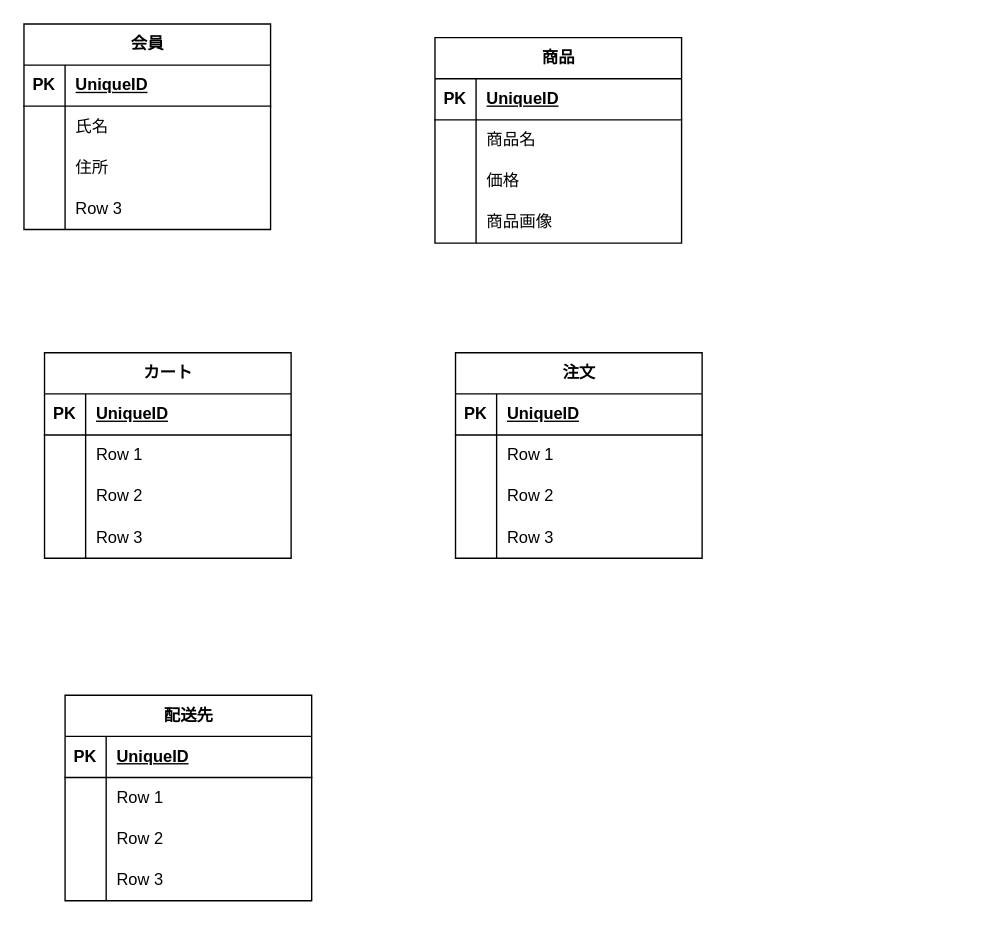
Earlier version of the draw.io diagram 名称未設定ファイル.drawio (sk-birder/system_design). Source tidied: cells renumbered, new cells numbered last; positions are measured from the earlier drawing's top-left corner, leaving out a move shared by most shapes. Both pictures are drawn from the tidied source at 137%, with x=0, y=0 at pixel (23, 23).
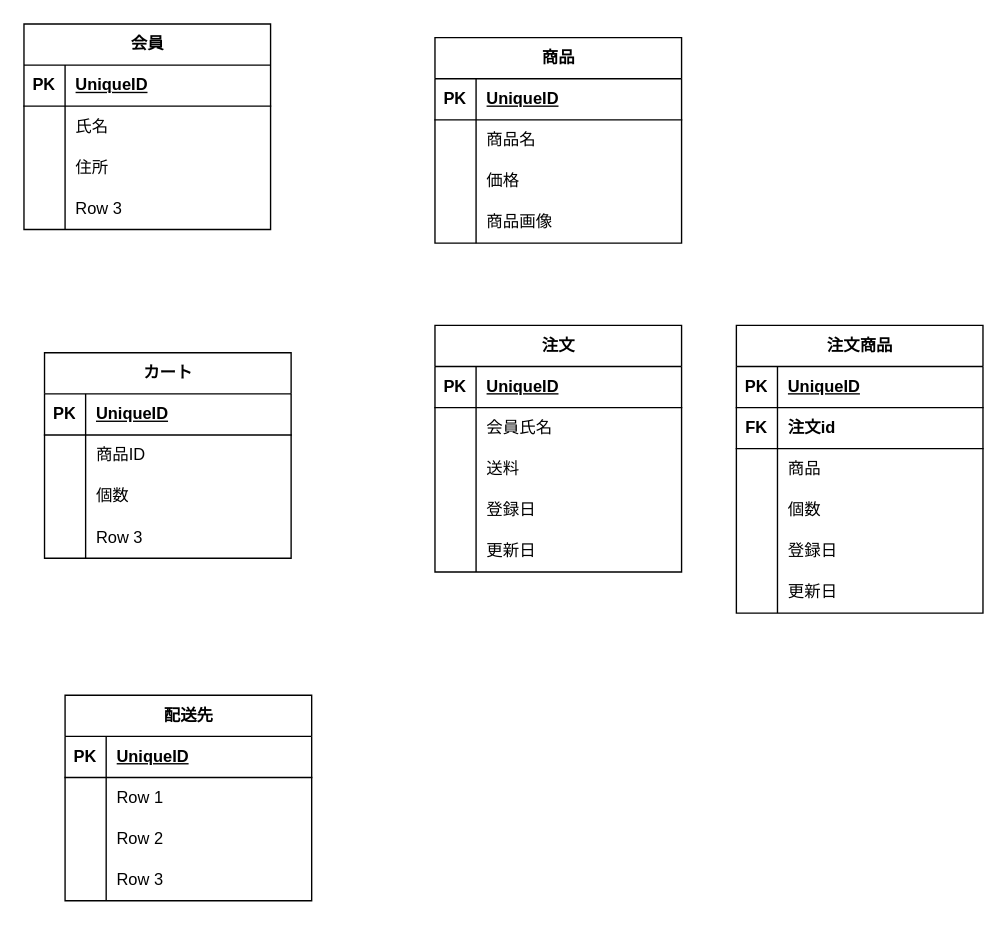
The same diagram, later.

Commit message:
名称未設定ファイル.drawio を更新します

The change refers to these unchanged cells:
```xml
<mxCell id="32" style="shape=tableRow;horizontal=0;startSize=0;swimlaneHead=0;swimlaneBody=0;fillColor=none;top=0;left=0;right=0;bottom=0;" parent="28" vertex="1">
  <mxGeometry y="60" width="180" height="30" as="geometry" />
</mxCell>
<mxCell id="35" style="shape=tableRow;horizontal=0;startSize=0;swimlaneHead=0;swimlaneBody=0;fillColor=none;top=0;left=0;right=0;bottom=0;" parent="28" vertex="1">
  <mxGeometry y="90" width="180" height="30" as="geometry" />
</mxCell>
<mxCell id="45" style="shape=tableRow;horizontal=0;startSize=0;swimlaneHead=0;swimlaneBody=0;fillColor=none;top=0;left=0;right=0;bottom=0;" parent="41" vertex="1">
  <mxGeometry y="60" width="180" height="30" as="geometry" />
</mxCell>
<mxCell id="48" style="shape=tableRow;horizontal=0;startSize=0;swimlaneHead=0;swimlaneBody=0;fillColor=none;top=0;left=0;right=0;bottom=0;" parent="41" vertex="1">
  <mxGeometry y="90" width="180" height="30" as="geometry" />
</mxCell>
<mxCell id="51" style="shape=tableRow;horizontal=0;startSize=0;swimlaneHead=0;swimlaneBody=0;fillColor=none;top=0;left=0;right=0;bottom=0;" parent="41" vertex="1">
  <mxGeometry y="120" width="180" height="30" as="geometry" />
</mxCell>
```

What changed in the source:
```diff
@@
-    <mxCell id="34" value="Row 1" style="shape=partialRectangle;fillColor=none;top=0;left=0;bottom=0;right=0;align=left;spacingLeft=6;overflow=hidden;whiteSpace=wrap;html=1;" parent="32" vertex="1">
+    <mxCell id="34" value="商品ID" style="shape=partialRectangle;fillColor=none;top=0;left=0;bottom=0;right=0;align=left;spacingLeft=6;overflow=hidden;whiteSpace=wrap;html=1;" parent="32" vertex="1">
       <mxGeometry x="30" width="150" height="30" as="geometry" />
     </mxCell>
@@
-    <mxCell id="37" value="Row 2" style="shape=partialRectangle;fillColor=none;top=0;left=0;bottom=0;right=0;align=left;spacingLeft=6;overflow=hidden;whiteSpace=wrap;html=1;" parent="35" vertex="1">
+    <mxCell id="37" value="個数" style="shape=partialRectangle;fillColor=none;top=0;left=0;bottom=0;right=0;align=left;spacingLeft=6;overflow=hidden;whiteSpace=wrap;html=1;" parent="35" vertex="1">
       <mxGeometry x="30" width="150" height="30" as="geometry" />
     </mxCell>
@@
     <mxCell id="41" value="注文" style="shape=table;startSize=30;childLayout=tableLayout;rowLines=0;fontStyle=1;align=center;html=1;" parent="1" vertex="1">
-      <mxGeometry x="315" y="240" width="180" height="150" as="geometry" />
+      <mxGeometry x="300" y="220" width="180" height="180" as="geometry" />
     </mxCell>
@@
-    <mxCell id="47" value="Row 1" style="shape=partialRectangle;fillColor=none;top=0;left=0;bottom=0;right=0;align=left;spacingLeft=6;overflow=hidden;whiteSpace=wrap;html=1;" parent="45" vertex="1">
+    <mxCell id="47" value="会員氏名" style="shape=partialRectangle;fillColor=none;top=0;left=0;bottom=0;right=0;align=left;spacingLeft=6;overflow=hidden;whiteSpace=wrap;html=1;" parent="45" vertex="1">
       <mxGeometry x="30" width="150" height="30" as="geometry" />
     </mxCell>
@@
-    <mxCell id="50" value="Row 2" style="shape=partialRectangle;fillColor=none;top=0;left=0;bottom=0;right=0;align=left;spacingLeft=6;overflow=hidden;whiteSpace=wrap;html=1;" parent="48" vertex="1">
+    <mxCell id="50" value="送料" style="shape=partialRectangle;fillColor=none;top=0;left=0;bottom=0;right=0;align=left;spacingLeft=6;overflow=hidden;whiteSpace=wrap;html=1;" parent="48" vertex="1">
       <mxGeometry x="30" width="150" height="30" as="geometry" />
     </mxCell>
@@
-    <mxCell id="53" value="Row 3" style="shape=partialRectangle;fillColor=none;top=0;left=0;bottom=0;right=0;align=left;spacingLeft=6;overflow=hidden;whiteSpace=wrap;html=1;" parent="51" vertex="1">
+    <mxCell id="53" value="登録日" style="shape=partialRectangle;fillColor=none;top=0;left=0;bottom=0;right=0;align=left;spacingLeft=6;overflow=hidden;whiteSpace=wrap;html=1;" parent="51" vertex="1">
       <mxGeometry x="30" width="150" height="30" as="geometry" />
     </mxCell>
+    <mxCell id="67" style="shape=tableRow;horizontal=0;startSize=0;swimlaneHead=0;swimlaneBody=0;fillColor=none;top=0;left=0;right=0;bottom=0;" parent="41" vertex="1">
+      <mxGeometry y="150" width="180" height="30" as="geometry" />
+    </mxCell>
+    <mxCell id="68" style="shape=partialRectangle;fillColor=none;top=0;left=0;bottom=0;right=0;overflow=hidden;whiteSpace=wrap;html=1;" parent="67" vertex="1">
+      <mxGeometry width="30" height="30" as="geometry" />
+    </mxCell>
+    <mxCell id="69" value="更新日" style="shape=partialRectangle;fillColor=none;top=0;left=0;bottom=0;right=0;align=left;spacingLeft=6;overflow=hidden;whiteSpace=wrap;html=1;" parent="67" vertex="1">
+      <mxGeometry x="30" width="150" height="30" as="geometry" />
+    </mxCell>
@@
+    <mxCell id="70" value="注文商品" style="shape=table;startSize=30;childLayout=tableLayout;rowLines=0;fontStyle=1;align=center;html=1;" parent="1" vertex="1">
+      <mxGeometry x="520" y="220" width="180" height="210" as="geometry" />
+    </mxCell>
+    <mxCell id="71" style="shape=tableRow;horizontal=0;startSize=0;swimlaneHead=0;swimlaneBody=0;fillColor=none;top=0;left=0;right=0;bottom=1;" parent="70" vertex="1">
+      <mxGeometry y="30" width="180" height="30" as="geometry" />
+    </mxCell>
+    <mxCell id="72" value="PK" style="shape=partialRectangle;fillColor=none;top=0;left=0;bottom=0;right=0;fontStyle=1;overflow=hidden;whiteSpace=wrap;html=1;" parent="71" vertex="1">
+      <mxGeometry width="30" height="30" as="geometry" />
+    </mxCell>
+    <mxCell id="73" value="UniqueID" style="shape=partialRectangle;fillColor=none;top=0;left=0;bottom=0;right=0;align=left;spacingLeft=6;fontStyle=5;overflow=hidden;whiteSpace=wrap;html=1;" parent="71" vertex="1">
+      <mxGeometry x="30" width="150" height="30" as="geometry" />
+    </mxCell>
+    <mxCell id="74" style="shape=tableRow;horizontal=0;startSize=0;swimlaneHead=0;swimlaneBody=0;fillColor=none;top=0;left=0;right=0;bottom=1;" parent="70" vertex="1">
+      <mxGeometry y="60" width="180" height="30" as="geometry" />
+    </mxCell>
+    <mxCell id="75" value="FK" style="shape=partialRectangle;fillColor=none;top=0;left=0;bottom=0;right=0;fontStyle=1;overflow=hidden;whiteSpace=wrap;html=1;" parent="74" vertex="1">
+      <mxGeometry width="30" height="30" as="geometry" />
+    </mxCell>
+    <mxCell id="76" value="注文id" style="shape=partialRectangle;fillColor=none;top=0;left=0;bottom=0;right=0;align=left;spacingLeft=6;fontStyle=1;overflow=hidden;whiteSpace=wrap;html=1;" parent="74" vertex="1">
+      <mxGeometry x="30" width="150" height="30" as="geometry" />
+    </mxCell>
+    <mxCell id="77" style="shape=tableRow;horizontal=0;startSize=0;swimlaneHead=0;swimlaneBody=0;fillColor=none;top=0;left=0;right=0;bottom=0;" parent="70" vertex="1">
+      <mxGeometry y="90" width="180" height="30" as="geometry" />
+    </mxCell>
+    <mxCell id="78" style="shape=partialRectangle;fillColor=none;top=0;left=0;bottom=0;right=0;overflow=hidden;whiteSpace=wrap;html=1;" parent="77" vertex="1">
+      <mxGeometry width="30" height="30" as="geometry" />
+    </mxCell>
+    <mxCell id="79" value="商品" style="shape=partialRectangle;fillColor=none;top=0;left=0;bottom=0;right=0;align=left;spacingLeft=6;overflow=hidden;whiteSpace=wrap;html=1;" parent="77" vertex="1">
+      <mxGeometry x="30" width="150" height="30" as="geometry" />
+    </mxCell>
+    <mxCell id="80" style="shape=tableRow;horizontal=0;startSize=0;swimlaneHead=0;swimlaneBody=0;fillColor=none;top=0;left=0;right=0;bottom=0;" parent="70" vertex="1">
+      <mxGeometry y="120" width="180" height="30" as="geometry" />
+    </mxCell>
+    <mxCell id="81" style="shape=partialRectangle;fillColor=none;top=0;left=0;bottom=0;right=0;overflow=hidden;whiteSpace=wrap;html=1;" parent="80" vertex="1">
+      <mxGeometry width="30" height="30" as="geometry" />
+    </mxCell>
+    <mxCell id="82" value="個数" style="shape=partialRectangle;fillColor=none;top=0;left=0;bottom=0;right=0;align=left;spacingLeft=6;overflow=hidden;whiteSpace=wrap;html=1;" parent="80" vertex="1">
+      <mxGeometry x="30" width="150" height="30" as="geometry" />
+    </mxCell>
+    <mxCell id="83" style="shape=tableRow;horizontal=0;startSize=0;swimlaneHead=0;swimlaneBody=0;fillColor=none;top=0;left=0;right=0;bottom=0;" parent="70" vertex="1">
+      <mxGeometry y="150" width="180" height="30" as="geometry" />
+    </mxCell>
+    <mxCell id="84" style="shape=partialRectangle;fillColor=none;top=0;left=0;bottom=0;right=0;overflow=hidden;whiteSpace=wrap;html=1;" parent="83" vertex="1">
+      <mxGeometry width="30" height="30" as="geometry" />
+    </mxCell>
+    <mxCell id="85" value="登録日" style="shape=partialRectangle;fillColor=none;top=0;left=0;bottom=0;right=0;align=left;spacingLeft=6;overflow=hidden;whiteSpace=wrap;html=1;" parent="83" vertex="1">
+      <mxGeometry x="30" width="150" height="30" as="geometry" />
+    </mxCell>
+    <mxCell id="86" style="shape=tableRow;horizontal=0;startSize=0;swimlaneHead=0;swimlaneBody=0;fillColor=none;top=0;left=0;right=0;bottom=0;" parent="70" vertex="1">
+      <mxGeometry y="180" width="180" height="30" as="geometry" />
+    </mxCell>
+    <mxCell id="87" style="shape=partialRectangle;fillColor=none;top=0;left=0;bottom=0;right=0;overflow=hidden;whiteSpace=wrap;html=1;" parent="86" vertex="1">
+      <mxGeometry width="30" height="30" as="geometry" />
+    </mxCell>
+    <mxCell id="88" value="更新日" style="shape=partialRectangle;fillColor=none;top=0;left=0;bottom=0;right=0;align=left;spacingLeft=6;overflow=hidden;whiteSpace=wrap;html=1;" parent="86" vertex="1">
+      <mxGeometry x="30" width="150" height="30" as="geometry" />
+    </mxCell>
```
